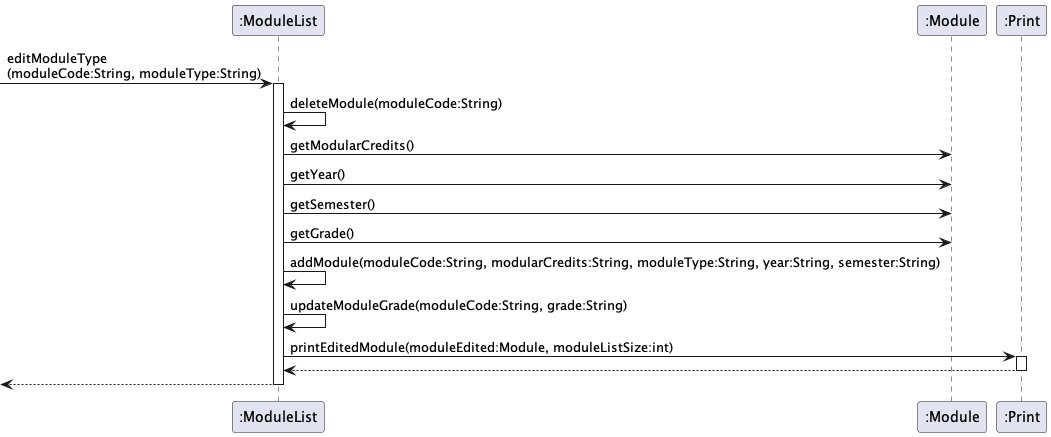
The PlantUML diagram docs/diagrams/editModuleType.png in saintzaw/tp, before a commit. Source of this version:
```plantuml
@startuml
participant ":ModuleList" as ML
participant ":Module" as Mod
participant ":Print" as Print

[->ML : editModuleType\n(moduleCode:String, moduleType:String)
 activate ML
        ML -> ML: deleteModule(moduleCode:String)
        ML -> Mod: getModularCredits()
        ML -> Mod: getYear()
        ML -> Mod: getSemester()
        ML -> Mod: getGrade()

        ML -> ML: addModule(moduleCode:String, modularCredits:String, moduleType:String, year:String, semester:String)
        ML -> ML: updateModuleGrade(moduleCode:String, grade:String)
        ML -> Print : printEditedModule(moduleEdited:Module, moduleListSize:int)
        activate Print
        Print --> ML
        deactivate Print
ML-->[
deactivate ML
@enduml
```
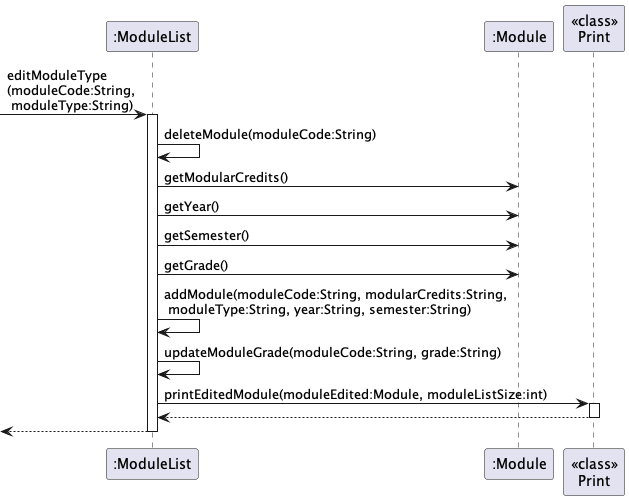
Above is the later version.

The edit, as a diff of the source:
```diff
@@ -1,9 +1,9 @@
 @startuml
 participant ":ModuleList" as ML
 participant ":Module" as Mod
-participant ":Print" as Print
+participant "<<class>>\nPrint" as Print
 
-[->ML : editModuleType\n(moduleCode:String, moduleType:String)
+[->ML : editModuleType\n(moduleCode:String,\n moduleType:String)
  activate ML
         ML -> ML: deleteModule(moduleCode:String)
         ML -> Mod: getModularCredits()
@@ -11,7 +11,7 @@
         ML -> Mod: getSemester()
         ML -> Mod: getGrade()
 
-        ML -> ML: addModule(moduleCode:String, modularCredits:String, moduleType:String, year:String, semester:String)
+        ML -> ML: addModule(moduleCode:String, modularCredits:String,\n moduleType:String, year:String, semester:String)
         ML -> ML: updateModuleGrade(moduleCode:String, grade:String)
         ML -> Print : printEditedModule(moduleEdited:Module, moduleListSize:int)
         activate Print
```
